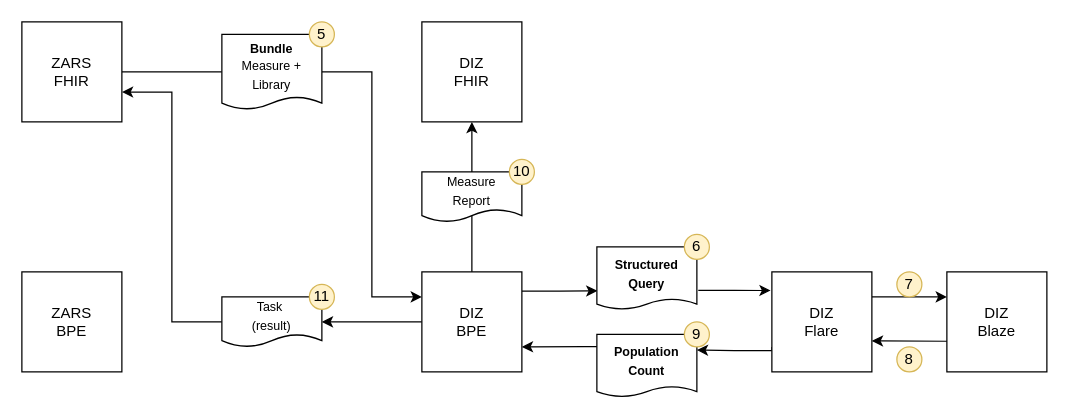
This is mii-process-feasibility/docs/feasibility-process-04.drawio from medizininformatik-initiative/mii-process-feasibility, a draw.io file, before an edit. Source tidied: cells renumbered, new cells numbered last; positions are measured from the earlier drawing's top-left corner, leaving out a move shared by most shapes. Both pictures are drawn from the tidied source at 125%, with x=0, y=0 at pixel (21, 21).
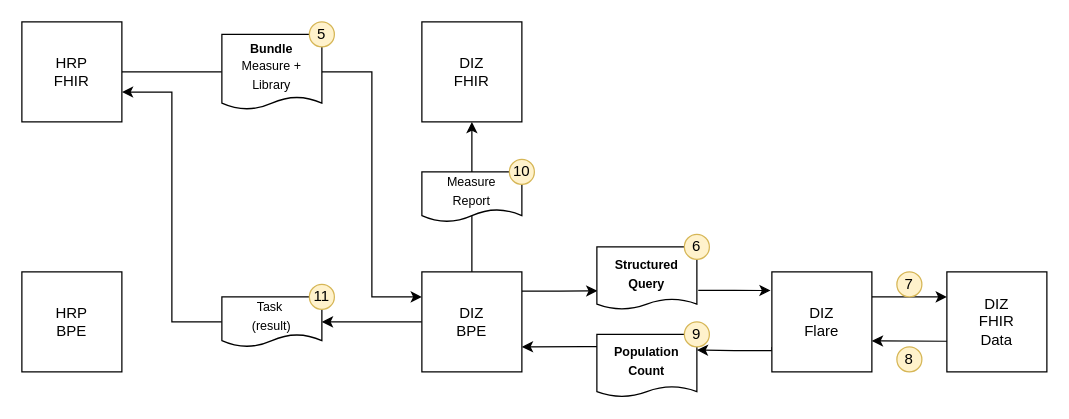
After the change.

Commit message (it also covers changes not shown here):
Replace ZARS by HRP

The edit, as a diff of the source:
```diff
@@
-    <mxCell id="3" value="ZARS&lt;br&gt;FHIR" style="whiteSpace=wrap;html=1;" parent="1" vertex="1">
+    <mxCell id="3" value="HRP&lt;br&gt;FHIR" style="whiteSpace=wrap;html=1;" parent="1" vertex="1">
       <mxGeometry width="80" height="80" as="geometry" />
     </mxCell>
-    <mxCell id="4" value="ZARS&lt;br&gt;BPE" style="whiteSpace=wrap;html=1;" parent="1" vertex="1">
+    <mxCell id="4" value="HRP&lt;br&gt;BPE" style="whiteSpace=wrap;html=1;" parent="1" vertex="1">
       <mxGeometry y="200" width="80" height="80" as="geometry" />
     </mxCell>
@@
-    <mxCell id="23" value="DIZ&lt;br&gt;Blaze" style="whiteSpace=wrap;html=1;" parent="1" vertex="1">
+    <mxCell id="23" value="DIZ&lt;br&gt;FHIR&lt;br&gt;Data" style="whiteSpace=wrap;html=1;" parent="1" vertex="1">
       <mxGeometry x="740" y="200" width="80" height="80" as="geometry" />
     </mxCell>
```
